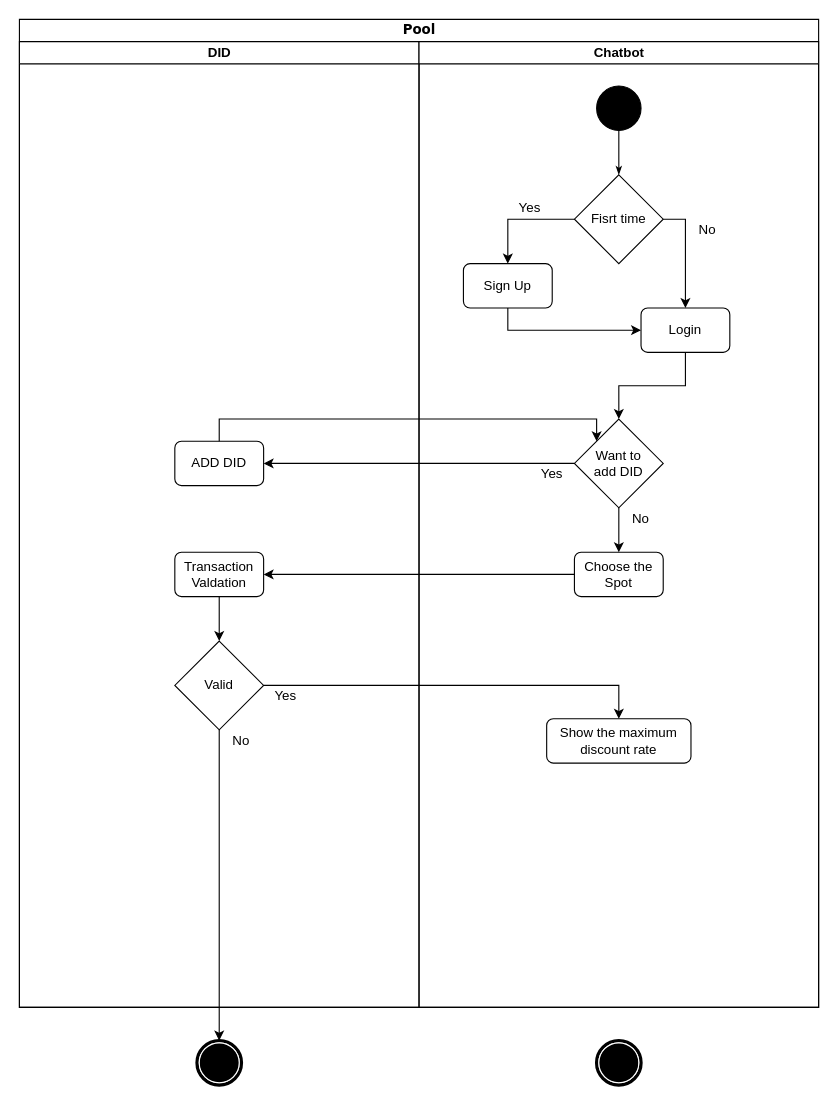
The draw.io diagram Chatbot2.drawio in jisu-uos/Diagram, before the edit. Source tidied: cells renumbered, new cells numbered last; positions are measured from the earlier drawing's top-left corner, leaving out a move shared by most shapes. Both pictures are drawn from the tidied source at 111%, with x=0, y=0 at pixel (19, 19).
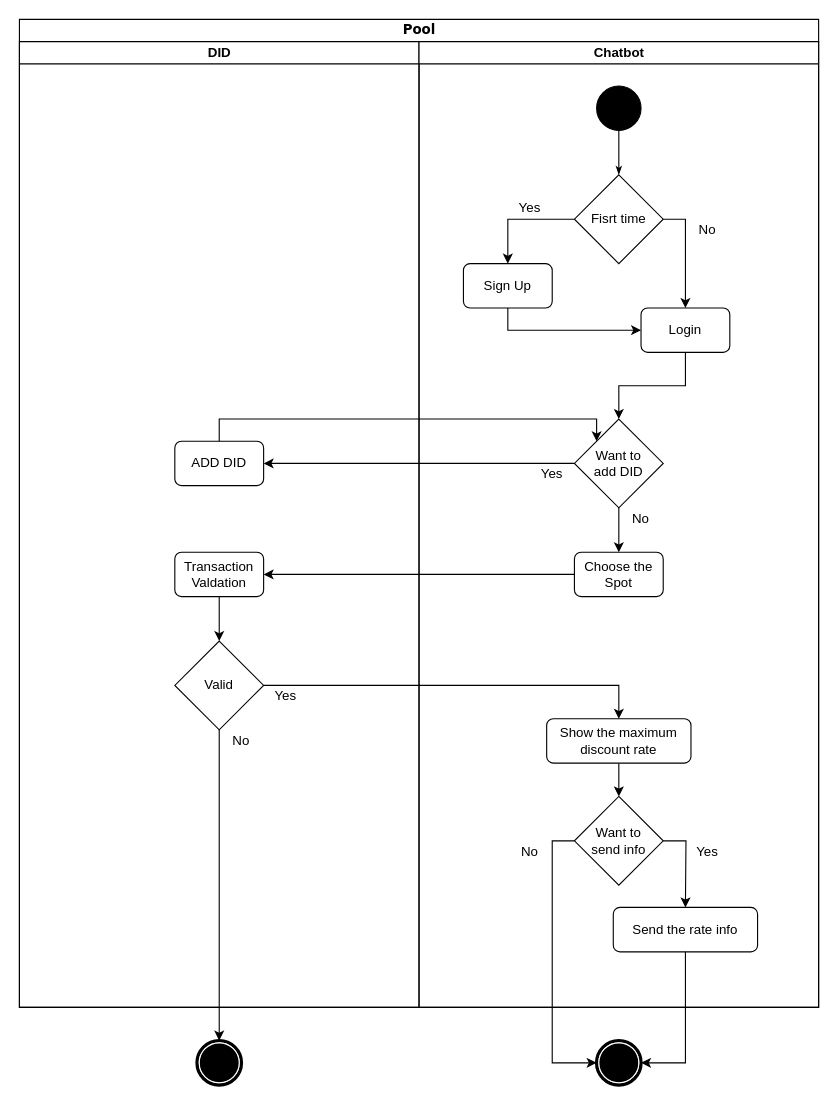
After the change.

The change refers to these unchanged cells:
```xml
<mxCell id="2" style="shape=mxgraph.bpmn.shape;html=1;verticalLabelPosition=bottom;labelBackgroundColor=#ffffff;verticalAlign=top;perimeter=ellipsePerimeter;outline=end;symbol=terminate;rounded=0;shadow=0;comic=0;strokeWidth=1;fontFamily=Verdana;fontSize=12;align=center;" parent="1" vertex="1">
  <mxGeometry x="520" y="920" width="40" height="40" as="geometry" />
</mxCell>
<mxCell id="11" value="Chatbot" style="swimlane;html=1;startSize=20;" parent="3" vertex="1">
  <mxGeometry x="360" y="20" width="360" height="870" as="geometry" />
</mxCell>
<mxCell id="24" value="Show the maximum&lt;br&gt;discount rate" style="rounded=1;whiteSpace=wrap;html=1;" parent="11" vertex="1">
  <mxGeometry x="115" y="610" width="130" height="40" as="geometry" />
</mxCell>
```

Change to the diagram source:
```diff
@@
+    <mxCell id="35" value="No" style="text;html=1;strokeColor=none;fillColor=none;align=center;verticalAlign=middle;whiteSpace=wrap;rounded=0;" parent="11" vertex="1">
+      <mxGeometry x="80" y="720" width="40" height="20" as="geometry" />
+    </mxCell>
@@
+    <mxCell id="36" style="edgeStyle=orthogonalEdgeStyle;rounded=0;jettySize=auto;html=1;exitX=0.5;exitY=1;exitDx=0;exitDy=0;entryX=0.5;entryY=0;entryDx=0;entryDy=0;" parent="11" edge="1" source="24" target="37">
+      <mxGeometry relative="1" as="geometry" />
+    </mxCell>
@@
+    <mxCell id="37" value="Want to &lt;br&gt;send info" style="rhombus;whiteSpace=wrap;html=1;" parent="11" vertex="1">
+      <mxGeometry x="140" y="680" width="80" height="80" as="geometry" />
+    </mxCell>
@@
+    <mxCell id="38" value="Yes" style="text;html=1;strokeColor=none;fillColor=none;align=center;verticalAlign=middle;whiteSpace=wrap;rounded=0;" parent="11" vertex="1">
+      <mxGeometry x="240" y="720" width="40" height="20" as="geometry" />
+    </mxCell>
@@
+    <mxCell id="39" value="Send the rate info" style="rounded=1;whiteSpace=wrap;html=1;" parent="11" vertex="1">
+      <mxGeometry x="175" y="780" width="130" height="40" as="geometry" />
+    </mxCell>
@@
+    <mxCell id="40" style="edgeStyle=orthogonalEdgeStyle;rounded=0;jettySize=auto;html=1;exitX=0;exitY=0.5;exitDx=0;exitDy=0;entryX=0;entryY=0.5;entryDx=0;entryDy=0;" parent="1" edge="1" source="37" target="2">
+      <mxGeometry relative="1" as="geometry" />
+    </mxCell>
+    <mxCell id="41" style="edgeStyle=orthogonalEdgeStyle;rounded=0;jettySize=auto;html=1;exitX=1;exitY=0.5;exitDx=0;exitDy=0;" parent="1" edge="1" source="37">
+      <mxGeometry relative="1" as="geometry">
+        <mxPoint x="600" y="800" as="targetPoint" />
+      </mxGeometry>
+    </mxCell>
+    <mxCell id="42" style="edgeStyle=orthogonalEdgeStyle;rounded=0;jettySize=auto;html=1;exitX=0.5;exitY=1;exitDx=0;exitDy=0;entryX=1;entryY=0.5;entryDx=0;entryDy=0;" parent="1" edge="1" source="39" target="2">
+      <mxGeometry relative="1" as="geometry" />
+    </mxCell>
```
